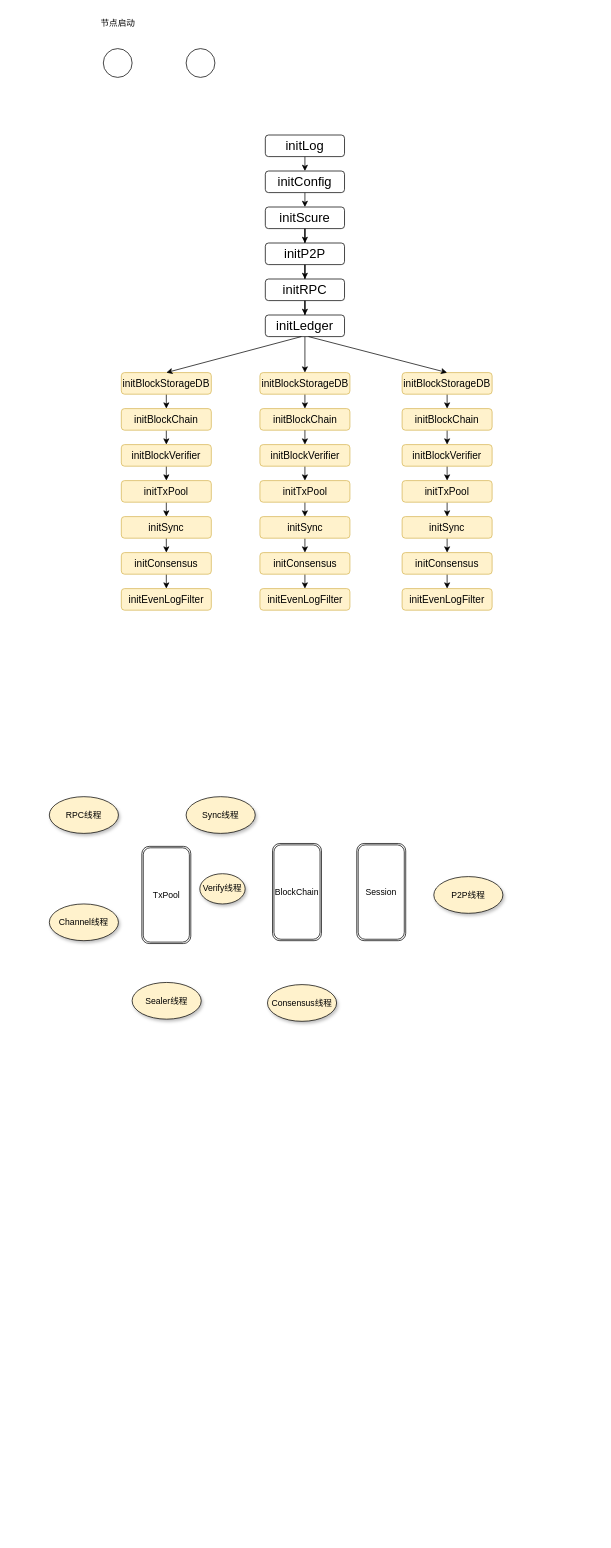
Earlier version of the draw.io diagram fisco.drawio (ethan75/my_draw). Source tidied: cells renumbered, new cells numbered last; positions are measured from the earlier drawing's top-left corner, leaving out a move shared by most shapes. Both pictures are drawn from the tidied source at 72%, with x=0, y=0 at pixel (49, 12).
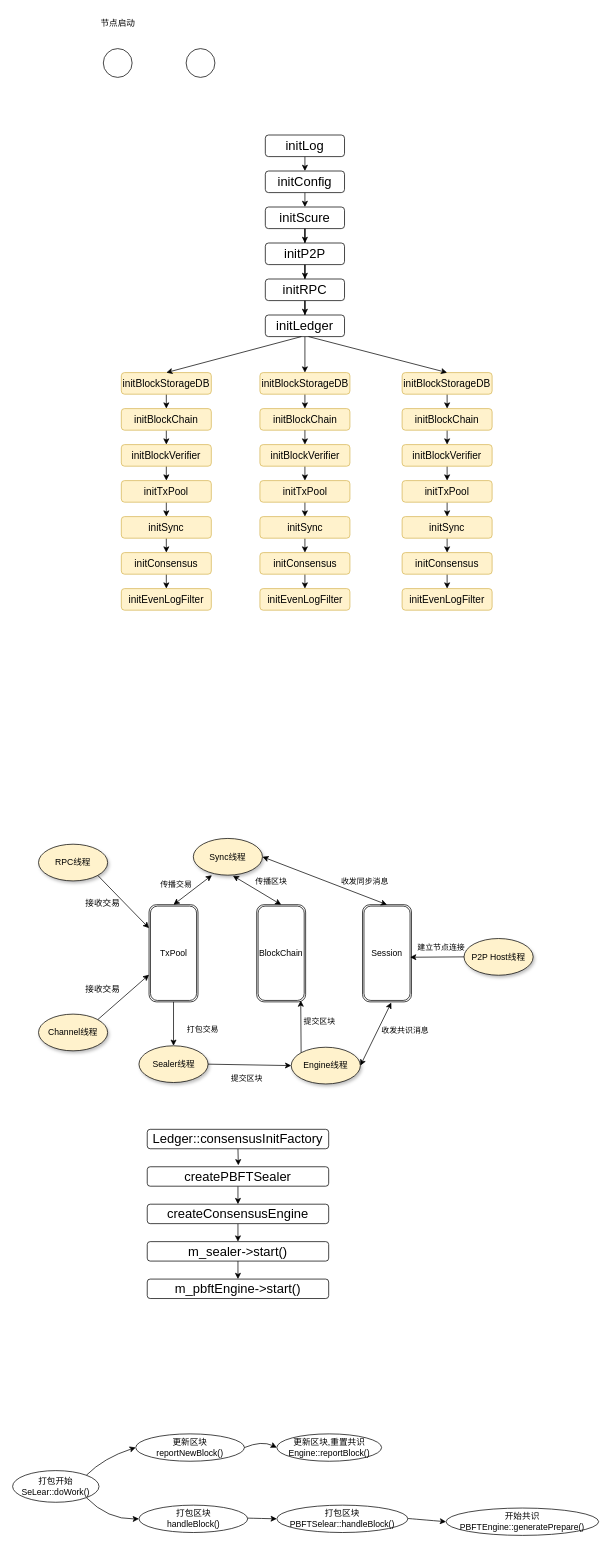
After the change.

What changed in the source:
```diff
@@
     <mxCell id="58" value="RPC线程" style="ellipse;whiteSpace=wrap;html=1;shadow=1;fillColor=#FFF2CC;" parent="1" vertex="1">
-      <mxGeometry y="1089" width="96" height="51" as="geometry" />
+      <mxGeometry x="-15" y="1155" width="96" height="51" as="geometry" />
     </mxCell>
     <mxCell id="59" value="TxPool" style="shape=ext;double=1;rounded=1;whiteSpace=wrap;html=1;" parent="1" vertex="1">
-      <mxGeometry x="128.5" y="1158" width="68" height="135" as="geometry" />
+      <mxGeometry x="138.5" y="1239" width="68" height="135" as="geometry" />
     </mxCell>
     <mxCell id="60" value="Channel线程" style="ellipse;whiteSpace=wrap;html=1;shadow=1;fillColor=#FFF2CC;" parent="1" vertex="1">
-      <mxGeometry y="1238" width="96" height="51" as="geometry" />
+      <mxGeometry x="-15" y="1391" width="96" height="51" as="geometry" />
     </mxCell>
     <mxCell id="61" value="BlockChain" style="shape=ext;double=1;rounded=1;whiteSpace=wrap;html=1;" parent="1" vertex="1">
-      <mxGeometry x="310" y="1154" width="68" height="135" as="geometry" />
+      <mxGeometry x="288" y="1239" width="68" height="135" as="geometry" />
     </mxCell>
     <mxCell id="62" value="Session" style="shape=ext;double=1;rounded=1;whiteSpace=wrap;html=1;" parent="1" vertex="1">
-      <mxGeometry x="427" y="1154" width="68" height="135" as="geometry" />
+      <mxGeometry x="435" y="1239" width="68" height="135" as="geometry" />
     </mxCell>
     <mxCell id="63" value="Sealer线程" style="ellipse;whiteSpace=wrap;html=1;shadow=1;fillColor=#FFF2CC;" parent="1" vertex="1">
-      <mxGeometry x="115" y="1347" width="96" height="51" as="geometry" />
+      <mxGeometry x="124.5" y="1435" width="96" height="51" as="geometry" />
     </mxCell>
-    <mxCell id="64" value="Consensus线程" style="ellipse;whiteSpace=wrap;html=1;shadow=1;fillColor=#FFF2CC;" parent="1" vertex="1">
-      <mxGeometry x="303" y="1350" width="96" height="51" as="geometry" />
+    <mxCell id="64" value="Engine线程" style="ellipse;whiteSpace=wrap;html=1;shadow=1;fillColor=#FFF2CC;" parent="1" vertex="1">
+      <mxGeometry x="336" y="1437" width="96" height="51" as="geometry" />
     </mxCell>
-    <mxCell id="65" value="P2P线程" style="ellipse;whiteSpace=wrap;html=1;shadow=1;fillColor=#FFF2CC;" parent="1" vertex="1">
-      <mxGeometry x="534" y="1200" width="96" height="51" as="geometry" />
+    <mxCell id="65" value="P2P Host线程" style="ellipse;whiteSpace=wrap;html=1;shadow=1;fillColor=#FFF2CC;" parent="1" vertex="1">
+      <mxGeometry x="576" y="1286" width="96" height="51" as="geometry" />
     </mxCell>
     <mxCell id="66" value="Sync线程" style="ellipse;whiteSpace=wrap;html=1;shadow=1;fillColor=#FFF2CC;" parent="1" vertex="1">
-      <mxGeometry x="190" y="1089" width="96" height="51" as="geometry" />
+      <mxGeometry x="200" y="1147" width="96" height="51" as="geometry" />
     </mxCell>
-    <mxCell id="67" value="Verify线程" style="ellipse;whiteSpace=wrap;html=1;shadow=1;fillColor=#FFF2CC;" parent="1" vertex="1">
-      <mxGeometry x="209" y="1196" width="63" height="42" as="geometry" />
-    </mxCell>
+    <mxCell id="68" style="endArrow=classic;html=1;rounded=0;exitX=1;exitY=1;exitDx=0;exitDy=0;" parent="1" edge="1" source="58" target="59">
+      <mxGeometry relative="1" as="geometry" />
+    </mxCell>
+    <mxCell id="69" value="接收交易" style="text;html=1;align=center;verticalAlign=middle;strokeColor=none;fillColor=none;" parent="1" vertex="1">
+      <mxGeometry x="41" y="1225" width="66" height="26" as="geometry" />
+    </mxCell>
+    <mxCell id="70" style="endArrow=classic;html=1;rounded=0;exitX=1;exitY=0;exitDx=0;exitDy=0;" parent="1" edge="1" source="60" target="59">
+      <mxGeometry relative="1" as="geometry" />
+    </mxCell>
+    <mxCell id="71" value="接收交易" style="text;html=1;align=center;verticalAlign=middle;strokeColor=none;fillColor=none;" parent="1" vertex="1">
+      <mxGeometry x="41" y="1344" width="66" height="26" as="geometry" />
+    </mxCell>
+    <mxCell id="72" style="endArrow=classic;startArrow=classic;html=1;rounded=0;exitX=0.5;exitY=0;exitDx=0;exitDy=0;entryX=0.269;entryY=1.003;entryDx=0;entryDy=0;entryPerimeter=0;" parent="1" edge="1" source="59" target="66">
+      <mxGeometry relative="1" as="geometry" />
+    </mxCell>
+    <mxCell id="73" value="传播交易" style="edgeLabel;html=1;align=center;verticalAlign=middle;" parent="72" vertex="1">
+      <mxGeometry x="0.12" y="2" relative="1" as="geometry">
+        <mxPoint x="-26" y="-4" as="offset" />
+      </mxGeometry>
+    </mxCell>
+    <mxCell id="74" style="endArrow=classic;startArrow=classic;html=1;rounded=0;exitX=0.5;exitY=0;exitDx=0;exitDy=0;entryX=0.573;entryY=1.016;entryDx=0;entryDy=0;entryPerimeter=0;" parent="1" edge="1" source="61" target="66">
+      <mxGeometry relative="1" as="geometry" />
+    </mxCell>
+    <mxCell id="75" value="传播区块" style="edgeLabel;html=1;align=center;verticalAlign=middle;" parent="74" vertex="1">
+      <mxGeometry x="0.12" y="2" relative="1" as="geometry">
+        <mxPoint x="24" y="-12" as="offset" />
+      </mxGeometry>
+    </mxCell>
+    <mxCell id="76" style="endArrow=classic;html=1;rounded=0;exitX=0.5;exitY=1;exitDx=0;exitDy=0;" parent="1" edge="1" source="59" target="63">
+      <mxGeometry relative="1" as="geometry" />
+    </mxCell>
+    <mxCell id="77" value="打包交易" style="edgeLabel;html=1;align=center;verticalAlign=middle;" parent="76" vertex="1">
+      <mxGeometry x="-0.04" y="3" relative="1" as="geometry">
+        <mxPoint x="37" y="8" as="offset" />
+      </mxGeometry>
+    </mxCell>
+    <mxCell id="78" style="endArrow=classic;html=1;rounded=0;exitX=1;exitY=0.5;exitDx=0;exitDy=0;entryX=0;entryY=0.5;entryDx=0;entryDy=0;" parent="1" edge="1" source="63" target="64">
+      <mxGeometry relative="1" as="geometry" />
+    </mxCell>
+    <mxCell id="79" value="提交区块" style="edgeLabel;html=1;align=center;verticalAlign=middle;" parent="78" vertex="1">
+      <mxGeometry x="-0.11" y="-2" relative="1" as="geometry">
+        <mxPoint x="2" y="17" as="offset" />
+      </mxGeometry>
+    </mxCell>
+    <mxCell id="80" style="endArrow=classic;html=1;rounded=0;exitX=0;exitY=0;exitDx=0;exitDy=0;entryX=0.9;entryY=0.986;entryDx=0;entryDy=0;entryPerimeter=0;" parent="1" edge="1" source="64" target="61">
+      <mxGeometry relative="1" as="geometry" />
+    </mxCell>
+    <mxCell id="81" value="提交区块" style="edgeLabel;html=1;align=center;verticalAlign=middle;" parent="80" vertex="1">
+      <mxGeometry x="0.07" y="1" relative="1" as="geometry">
+        <mxPoint x="26" y="-5" as="offset" />
+      </mxGeometry>
+    </mxCell>
+    <mxCell id="82" style="endArrow=classic;startArrow=classic;html=1;rounded=0;entryX=0.588;entryY=1.007;entryDx=0;entryDy=0;entryPerimeter=0;exitX=1;exitY=0.5;exitDx=0;exitDy=0;" parent="1" edge="1" source="64" target="62">
+      <mxGeometry relative="1" as="geometry" />
+    </mxCell>
+    <mxCell id="83" value="收发共识消息" style="edgeLabel;html=1;align=center;verticalAlign=middle;" parent="82" vertex="1">
+      <mxGeometry x="0.21" y="-2" relative="1" as="geometry">
+        <mxPoint x="34" y="3" as="offset" />
+      </mxGeometry>
+    </mxCell>
+    <mxCell id="84" style="endArrow=classic;html=1;rounded=0;exitX=0;exitY=0.5;exitDx=0;exitDy=0;" parent="1" edge="1" source="65">
+      <mxGeometry relative="1" as="geometry">
+        <mxPoint x="501" y="1312" as="targetPoint" />
+      </mxGeometry>
+    </mxCell>
+    <mxCell id="85" value="建立节点连接" style="edgeLabel;html=1;align=center;verticalAlign=middle;" parent="84" vertex="1">
+      <mxGeometry x="-0.27" relative="1" as="geometry">
+        <mxPoint x="-6" y="-14" as="offset" />
+      </mxGeometry>
+    </mxCell>
+    <mxCell id="86" style="endArrow=classic;startArrow=classic;html=1;rounded=0;exitX=0.5;exitY=0;exitDx=0;exitDy=0;entryX=1;entryY=0.5;entryDx=0;entryDy=0;" parent="1" edge="1" source="62" target="66">
+      <mxGeometry relative="1" as="geometry" />
+    </mxCell>
+    <mxCell id="87" value="收发同步消息" style="edgeLabel;html=1;align=center;verticalAlign=middle;" parent="86" vertex="1">
+      <mxGeometry x="0.12" y="2" relative="1" as="geometry">
+        <mxPoint x="66" y="3" as="offset" />
+      </mxGeometry>
+    </mxCell>
+    <mxCell id="88" style="edgeStyle=orthogonalEdgeStyle;rounded=0;jettySize=auto;html=1;exitX=0.5;exitY=1;exitDx=0;exitDy=0;entryX=0.5;entryY=0;entryDx=0;entryDy=0;" parent="1" edge="1" source="89">
+      <mxGeometry relative="1" as="geometry">
+        <mxPoint x="262.5" y="1601" as="targetPoint" />
+      </mxGeometry>
+    </mxCell>
+    <mxCell id="89" value="&lt;font style=&quot;font-size: 18px;&quot;&gt;Ledger::consensusInitFactory&lt;/font&gt;" style="rounded=1;whiteSpace=wrap;html=1;" parent="1" vertex="1">
+      <mxGeometry x="136" y="1551" width="252" height="27" as="geometry" />
+    </mxCell>
+    <mxCell id="90" style="edgeStyle=orthogonalEdgeStyle;rounded=0;jettySize=auto;html=1;exitX=0.5;exitY=1;exitDx=0;exitDy=0;entryX=0.5;entryY=0;entryDx=0;entryDy=0;" parent="1" edge="1" source="91" target="93">
+      <mxGeometry relative="1" as="geometry" />
+    </mxCell>
+    <mxCell id="91" value="&lt;font style=&quot;font-size: 18px;&quot;&gt;createPBFTSealer&lt;/font&gt;" style="rounded=1;whiteSpace=wrap;html=1;" parent="1" vertex="1">
+      <mxGeometry x="136" y="1603" width="252" height="27" as="geometry" />
+    </mxCell>
+    <mxCell id="92" style="edgeStyle=orthogonalEdgeStyle;rounded=0;jettySize=auto;html=1;exitX=0.5;exitY=1;exitDx=0;exitDy=0;entryX=0.5;entryY=0;entryDx=0;entryDy=0;" parent="1" edge="1" source="93" target="95">
+      <mxGeometry relative="1" as="geometry" />
+    </mxCell>
+    <mxCell id="93" value="&lt;font style=&quot;font-size: 18px;&quot;&gt;createConsensusEngine&lt;/font&gt;" style="rounded=1;whiteSpace=wrap;html=1;" parent="1" vertex="1">
+      <mxGeometry x="136" y="1655" width="252" height="27" as="geometry" />
+    </mxCell>
+    <mxCell id="94" style="edgeStyle=orthogonalEdgeStyle;rounded=0;jettySize=auto;html=1;exitX=0.5;exitY=1;exitDx=0;exitDy=0;entryX=0.5;entryY=0;entryDx=0;entryDy=0;" parent="1" edge="1" source="95" target="96">
+      <mxGeometry relative="1" as="geometry" />
+    </mxCell>
+    <mxCell id="95" value="&lt;font style=&quot;font-size: 18px;&quot;&gt;m_sealer-&amp;gt;start()&lt;/font&gt;" style="rounded=1;whiteSpace=wrap;html=1;" parent="1" vertex="1">
+      <mxGeometry x="136" y="1707" width="252" height="27" as="geometry" />
+    </mxCell>
+    <mxCell id="96" value="&lt;font style=&quot;font-size: 18px;&quot;&gt;m_pbftEngine-&amp;gt;start()&lt;/font&gt;" style="rounded=1;whiteSpace=wrap;html=1;" parent="1" vertex="1">
+      <mxGeometry x="136" y="1759" width="252" height="27" as="geometry" />
+    </mxCell>
+    <mxCell id="97" value="打包开始&lt;div&gt;SeLear::doWork()&lt;/div&gt;" style="ellipse;whiteSpace=wrap;html=1;" parent="1" vertex="1">
+      <mxGeometry x="-51" y="2025" width="120" height="44" as="geometry" />
+    </mxCell>
+    <mxCell id="98" value="更新区块&lt;div&gt;reportNewBlock()&lt;/div&gt;" style="ellipse;whiteSpace=wrap;html=1;" parent="1" vertex="1">
+      <mxGeometry x="120" y="1974" width="151" height="38" as="geometry" />
+    </mxCell>
+    <mxCell id="99" value="更新区块,重置共识&lt;div&gt;Engine::reportBlock()&lt;/div&gt;" style="ellipse;whiteSpace=wrap;html=1;" parent="1" vertex="1">
+      <mxGeometry x="316" y="1974" width="145.5" height="38" as="geometry" />
+    </mxCell>
+    <mxCell id="100" value="打包区块&lt;div&gt;handleBlock()&lt;/div&gt;" style="ellipse;whiteSpace=wrap;html=1;" parent="1" vertex="1">
+      <mxGeometry x="124.5" y="2073" width="151" height="38" as="geometry" />
+    </mxCell>
+    <mxCell id="101" value="打包区块&lt;div&gt;PBFTSelear::handleBlock()&lt;/div&gt;" style="ellipse;whiteSpace=wrap;html=1;" parent="1" vertex="1">
+      <mxGeometry x="316" y="2073" width="182" height="38" as="geometry" />
+    </mxCell>
+    <mxCell id="102" value="&lt;div&gt;开始共识&lt;/div&gt;&lt;div&gt;PBFTEngine&lt;span style=&quot;background-color: initial;&quot;&gt;::generatePrepare()&lt;/span&gt;&lt;/div&gt;" style="ellipse;whiteSpace=wrap;html=1;" parent="1" vertex="1">
+      <mxGeometry x="551" y="2077" width="212" height="38" as="geometry" />
+    </mxCell>
+    <mxCell id="103" style="curved=1;endArrow=classic;html=1;rounded=0;exitX=1;exitY=0;exitDx=0;exitDy=0;entryX=0;entryY=0.5;entryDx=0;entryDy=0;" parent="1" edge="1" source="97" target="98">
+      <mxGeometry relative="1" as="geometry">
+        <Array as="points">
+          <mxPoint x="76" y="2007" />
+        </Array>
+      </mxGeometry>
+    </mxCell>
+    <mxCell id="104" style="curved=1;endArrow=classic;html=1;rounded=0;exitX=1;exitY=0.5;exitDx=0;exitDy=0;entryX=0;entryY=0.5;entryDx=0;entryDy=0;" parent="1" edge="1" source="98" target="99">
+      <mxGeometry relative="1" as="geometry">
+        <Array as="points">
+          <mxPoint x="295" y="1983" />
+        </Array>
+      </mxGeometry>
+    </mxCell>
+    <mxCell id="105" style="curved=1;endArrow=classic;html=1;rounded=0;exitX=1;exitY=1;exitDx=0;exitDy=0;entryX=0;entryY=0.5;entryDx=0;entryDy=0;" parent="1" edge="1" source="97" target="100">
+      <mxGeometry relative="1" as="geometry">
+        <Array as="points">
+          <mxPoint x="81" y="2093" />
+        </Array>
+      </mxGeometry>
+    </mxCell>
+    <mxCell id="106" style="curved=1;endArrow=classic;html=1;rounded=0;exitX=1;exitY=1;exitDx=0;exitDy=0;entryX=0;entryY=0.5;entryDx=0;entryDy=0;" parent="1" edge="1" target="101">
+      <mxGeometry relative="1" as="geometry">
+        <mxPoint x="275.5" y="2091" as="sourcePoint" />
+      </mxGeometry>
+    </mxCell>
+    <mxCell id="107" style="curved=1;endArrow=classic;html=1;rounded=0;exitX=1;exitY=1;exitDx=0;exitDy=0;entryX=0;entryY=0.5;entryDx=0;entryDy=0;" parent="1" edge="1" target="102">
+      <mxGeometry relative="1" as="geometry">
+        <mxPoint x="498" y="2091.5" as="sourcePoint" />
+      </mxGeometry>
+    </mxCell>
```
